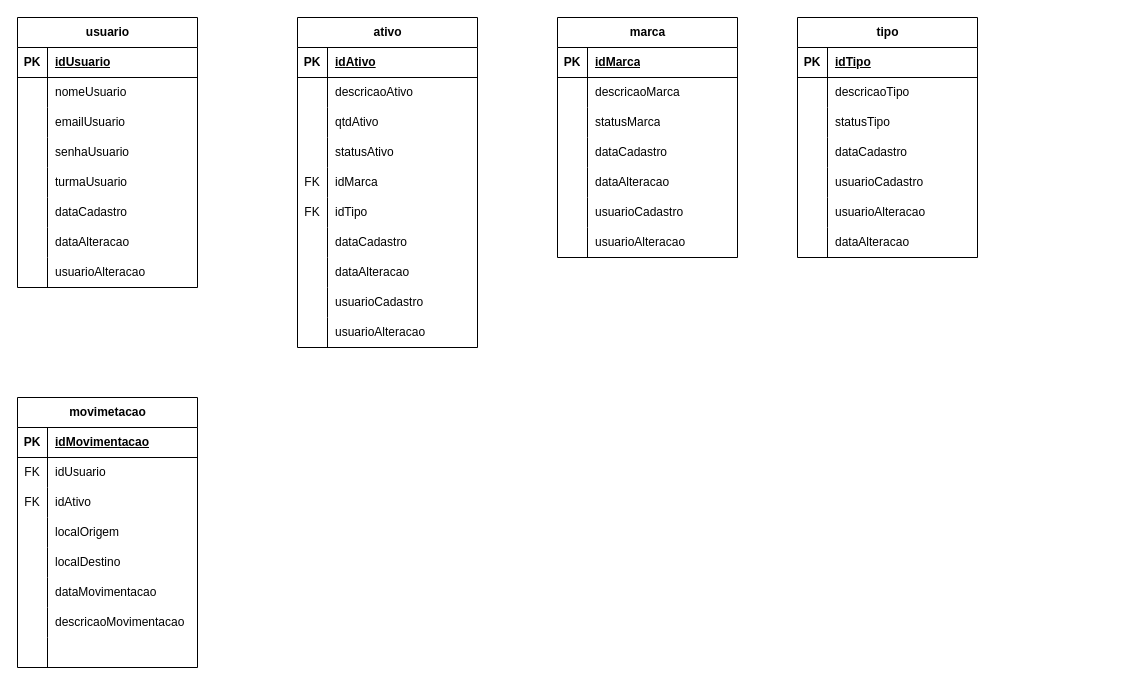
matheus98g/controle-de-ativos-senac keeps this draw.io diagram as diagrams/ER-database.drawio. Above is the earlier version. Source tidied: cells renumbered, new cells numbered last; positions are measured from the earlier drawing's top-left corner, leaving out a move shared by most shapes. Both pictures are drawn from the tidied source at 100%, with x=0, y=0 at pixel (17, 17).
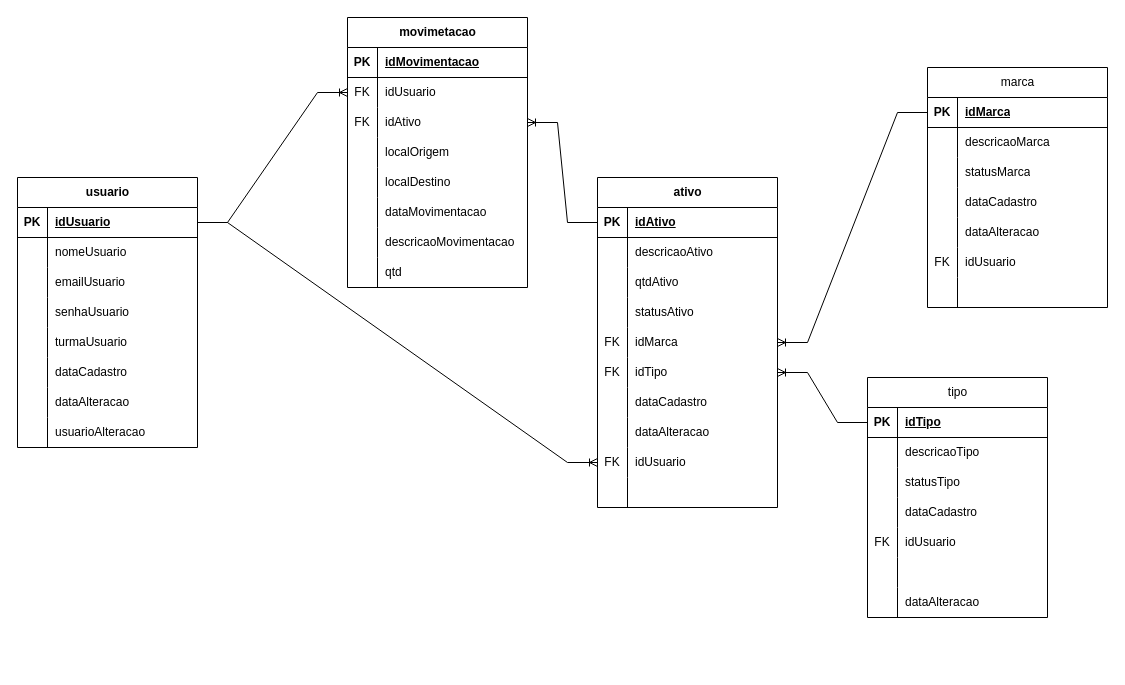
The same page after the edit.

Commit message (it also covers changes not shown here):
index page iniciado com bootstrap

Unchanged cells that the change refers to:
```xml
<mxCell id="3" style="shape=tableRow;horizontal=0;startSize=0;swimlaneHead=0;swimlaneBody=0;fillColor=none;points=[[0,0.5],[1,0.5]];portConstraint=eastwest;top=0;left=0;right=0;bottom=1;" parent="2" vertex="1">
  <mxGeometry y="30" width="180" height="30" as="geometry" />
</mxCell>
<mxCell id="28" style="shape=tableRow;horizontal=0;startSize=0;swimlaneHead=0;swimlaneBody=0;fillColor=none;points=[[0,0.5],[1,0.5]];portConstraint=eastwest;top=0;left=0;right=0;bottom=1;" parent="27" vertex="1">
  <mxGeometry y="30" width="180" height="30" as="geometry" />
</mxCell>
<mxCell id="40" style="shape=tableRow;horizontal=0;startSize=0;swimlaneHead=0;swimlaneBody=0;fillColor=none;points=[[0,0.5],[1,0.5]];portConstraint=eastwest;top=0;left=0;right=0;bottom=0;" parent="27" vertex="1">
  <mxGeometry y="150" width="180" height="30" as="geometry" />
</mxCell>
<mxCell id="43" style="shape=tableRow;horizontal=0;startSize=0;swimlaneHead=0;swimlaneBody=0;fillColor=none;points=[[0,0.5],[1,0.5]];portConstraint=eastwest;top=0;left=0;right=0;bottom=0;" parent="27" vertex="1">
  <mxGeometry y="180" width="180" height="30" as="geometry" />
</mxCell>
<mxCell id="52" style="shape=tableRow;horizontal=0;startSize=0;swimlaneHead=0;swimlaneBody=0;fillColor=none;points=[[0,0.5],[1,0.5]];portConstraint=eastwest;top=0;left=0;right=0;bottom=0;" parent="27" vertex="1">
  <mxGeometry y="270" width="180" height="30" as="geometry" />
</mxCell>
<mxCell id="55" style="shape=tableRow;horizontal=0;startSize=0;swimlaneHead=0;swimlaneBody=0;fillColor=none;top=0;left=0;right=0;bottom=0;" parent="27" vertex="1">
  <mxGeometry y="300" width="180" height="30" as="geometry" />
</mxCell>
<mxCell id="59" style="shape=tableRow;horizontal=0;startSize=0;swimlaneHead=0;swimlaneBody=0;fillColor=none;points=[[0,0.5],[1,0.5]];portConstraint=eastwest;top=0;left=0;right=0;bottom=1;" parent="58" vertex="1">
  <mxGeometry y="30" width="180" height="30" as="geometry" />
</mxCell>
<mxCell id="74" style="shape=tableRow;horizontal=0;startSize=0;swimlaneHead=0;swimlaneBody=0;fillColor=none;top=0;left=0;right=0;bottom=0;" parent="58" vertex="1">
  <mxGeometry y="180" width="180" height="30" as="geometry" />
</mxCell>
<mxCell id="77" style="shape=tableRow;horizontal=0;startSize=0;swimlaneHead=0;swimlaneBody=0;fillColor=none;top=0;left=0;right=0;bottom=0;" parent="58" vertex="1">
  <mxGeometry y="210" width="180" height="30" as="geometry" />
</mxCell>
<mxCell id="81" style="shape=tableRow;horizontal=0;startSize=0;swimlaneHead=0;swimlaneBody=0;fillColor=none;points=[[0,0.5],[1,0.5]];portConstraint=eastwest;top=0;left=0;right=0;bottom=1;" parent="80" vertex="1">
  <mxGeometry y="30" width="180" height="30" as="geometry" />
</mxCell>
<mxCell id="93" style="shape=tableRow;horizontal=0;startSize=0;swimlaneHead=0;swimlaneBody=0;fillColor=none;top=0;left=0;right=0;bottom=0;" parent="80" vertex="1">
  <mxGeometry y="150" width="180" height="30" as="geometry" />
</mxCell>
<mxCell id="96" style="shape=tableRow;horizontal=0;startSize=0;swimlaneHead=0;swimlaneBody=0;fillColor=none;top=0;left=0;right=0;bottom=0;" parent="80" vertex="1">
  <mxGeometry y="180" width="180" height="30" as="geometry" />
</mxCell>
<mxCell id="106" style="shape=tableRow;horizontal=0;startSize=0;swimlaneHead=0;swimlaneBody=0;fillColor=none;points=[[0,0.5],[1,0.5]];portConstraint=eastwest;top=0;left=0;right=0;bottom=0;" parent="102" vertex="1">
  <mxGeometry y="60" width="180" height="30" as="geometry" />
</mxCell>
<mxCell id="109" style="shape=tableRow;horizontal=0;startSize=0;swimlaneHead=0;swimlaneBody=0;fillColor=none;points=[[0,0.5],[1,0.5]];portConstraint=eastwest;top=0;left=0;right=0;bottom=0;" parent="102" vertex="1">
  <mxGeometry y="90" width="180" height="30" as="geometry" />
</mxCell>
<mxCell id="124" style="shape=tableRow;horizontal=0;startSize=0;swimlaneHead=0;swimlaneBody=0;fillColor=none;top=0;left=0;right=0;bottom=0;" parent="102" vertex="1">
  <mxGeometry y="240" width="180" height="30" as="geometry" />
</mxCell>
```

The edit, as a diff of the source:
```diff
@@
     <mxCell id="2" value="usuario" style="shape=table;startSize=30;childLayout=tableLayout;rowLines=0;fontStyle=1;align=center;html=1;" parent="1" vertex="1">
-      <mxGeometry width="180" height="270" as="geometry" />
+      <mxGeometry y="160" width="180" height="270" as="geometry" />
     </mxCell>
@@
     <mxCell id="27" value="ativo" style="shape=table;startSize=30;childLayout=tableLayout;rowLines=0;fontStyle=1;align=center;html=1;" parent="1" vertex="1">
-      <mxGeometry x="280" width="180" height="330" as="geometry" />
+      <mxGeometry x="580" y="160" width="180" height="330" as="geometry" />
     </mxCell>
@@
-    <mxCell id="53" style="shape=partialRectangle;fillColor=none;top=0;left=0;bottom=0;right=0;overflow=hidden;whiteSpace=wrap;html=1;" parent="52" vertex="1">
+    <mxCell id="53" value="FK" style="shape=partialRectangle;fillColor=none;top=0;left=0;bottom=0;right=0;overflow=hidden;whiteSpace=wrap;html=1;" parent="52" vertex="1">
       <mxGeometry width="30" height="30" as="geometry" />
     </mxCell>
-    <mxCell id="54" value="usuarioCadastro" style="shape=partialRectangle;fillColor=none;top=0;left=0;bottom=0;right=0;align=left;spacingLeft=6;overflow=hidden;whiteSpace=wrap;html=1;" parent="52" vertex="1">
+    <mxCell id="54" value="idUsuario" style="shape=partialRectangle;fillColor=none;top=0;left=0;bottom=0;right=0;align=left;spacingLeft=6;overflow=hidden;whiteSpace=wrap;html=1;" parent="52" vertex="1">
       <mxGeometry x="30" width="150" height="30" as="geometry" />
     </mxCell>
@@
-    <mxCell id="57" value="usuarioAlteracao" style="shape=partialRectangle;fillColor=none;top=0;left=0;bottom=0;right=0;align=left;spacingLeft=6;overflow=hidden;whiteSpace=wrap;html=1;" parent="55" vertex="1">
+    <mxCell id="57" style="shape=partialRectangle;fillColor=none;top=0;left=0;bottom=0;right=0;align=left;spacingLeft=6;overflow=hidden;whiteSpace=wrap;html=1;" parent="55" vertex="1">
       <mxGeometry x="30" width="150" height="30" as="geometry" />
     </mxCell>
-    <mxCell id="58" value="marca" style="shape=table;startSize=30;childLayout=tableLayout;rowLines=0;fontStyle=1;align=center;html=1;" parent="1" vertex="1">
-      <mxGeometry x="540" width="180" height="240" as="geometry" />
+    <mxCell id="58" value="marca" style="shape=table;startSize=30;childLayout=tableLayout;rowLines=0;fontStyle=0;align=center;html=1;" parent="1" vertex="1">
+      <mxGeometry x="910" y="50" width="180" height="240" as="geometry" />
     </mxCell>
@@
-    <mxCell id="75" style="shape=partialRectangle;fillColor=none;top=0;left=0;bottom=0;right=0;overflow=hidden;whiteSpace=wrap;html=1;" parent="74" vertex="1">
+    <mxCell id="75" value="FK" style="shape=partialRectangle;fillColor=none;top=0;left=0;bottom=0;right=0;overflow=hidden;whiteSpace=wrap;html=1;" parent="74" vertex="1">
       <mxGeometry width="30" height="30" as="geometry" />
     </mxCell>
-    <mxCell id="76" value="usuarioCadastro" style="shape=partialRectangle;fillColor=none;top=0;left=0;bottom=0;right=0;align=left;spacingLeft=6;overflow=hidden;whiteSpace=wrap;html=1;" parent="74" vertex="1">
+    <mxCell id="76" value="idUsuario" style="shape=partialRectangle;fillColor=none;top=0;left=0;bottom=0;right=0;align=left;spacingLeft=6;overflow=hidden;whiteSpace=wrap;html=1;" parent="74" vertex="1">
       <mxGeometry x="30" width="150" height="30" as="geometry" />
     </mxCell>
@@
-    <mxCell id="79" value="usuarioAlteracao" style="shape=partialRectangle;fillColor=none;top=0;left=0;bottom=0;right=0;align=left;spacingLeft=6;overflow=hidden;whiteSpace=wrap;html=1;" parent="77" vertex="1">
+    <mxCell id="79" style="shape=partialRectangle;fillColor=none;top=0;left=0;bottom=0;right=0;align=left;spacingLeft=6;overflow=hidden;whiteSpace=wrap;html=1;" parent="77" vertex="1">
       <mxGeometry x="30" width="150" height="30" as="geometry" />
     </mxCell>
-    <mxCell id="80" value="tipo" style="shape=table;startSize=30;childLayout=tableLayout;rowLines=0;fontStyle=1;align=center;html=1;" parent="1" vertex="1">
-      <mxGeometry x="780" width="180" height="240" as="geometry" />
+    <mxCell id="80" value="tipo" style="shape=table;startSize=30;childLayout=tableLayout;rowLines=0;fontStyle=0;align=center;html=1;" parent="1" vertex="1">
+      <mxGeometry x="850" y="360" width="180" height="240" as="geometry" />
     </mxCell>
@@
-    <mxCell id="94" style="shape=partialRectangle;fillColor=none;top=0;left=0;bottom=0;right=0;overflow=hidden;whiteSpace=wrap;html=1;" parent="93" vertex="1">
+    <mxCell id="94" value="FK" style="shape=partialRectangle;fillColor=none;top=0;left=0;bottom=0;right=0;overflow=hidden;whiteSpace=wrap;html=1;" parent="93" vertex="1">
       <mxGeometry width="30" height="30" as="geometry" />
     </mxCell>
-    <mxCell id="95" value="usuarioCadastro" style="shape=partialRectangle;fillColor=none;top=0;left=0;bottom=0;right=0;align=left;spacingLeft=6;overflow=hidden;whiteSpace=wrap;html=1;" parent="93" vertex="1">
+    <mxCell id="95" value="idUsuario" style="shape=partialRectangle;fillColor=none;top=0;left=0;bottom=0;right=0;align=left;spacingLeft=6;overflow=hidden;whiteSpace=wrap;html=1;" parent="93" vertex="1">
       <mxGeometry x="30" width="150" height="30" as="geometry" />
     </mxCell>
@@
-    <mxCell id="98" value="usuarioAlteracao" style="shape=partialRectangle;fillColor=none;top=0;left=0;bottom=0;right=0;align=left;spacingLeft=6;overflow=hidden;whiteSpace=wrap;html=1;" parent="96" vertex="1">
+    <mxCell id="98" style="shape=partialRectangle;fillColor=none;top=0;left=0;bottom=0;right=0;align=left;spacingLeft=6;overflow=hidden;whiteSpace=wrap;html=1;" parent="96" vertex="1">
       <mxGeometry x="30" width="150" height="30" as="geometry" />
     </mxCell>
@@
     <mxCell id="102" value="movimetacao" style="shape=table;startSize=30;childLayout=tableLayout;rowLines=0;fontStyle=1;align=center;html=1;" parent="1" vertex="1">
-      <mxGeometry y="380" width="180" height="270" as="geometry" />
+      <mxGeometry x="330" width="180" height="270" as="geometry" />
     </mxCell>
@@
-    <mxCell id="126" style="shape=partialRectangle;fillColor=none;top=0;left=0;bottom=0;right=0;align=left;spacingLeft=6;overflow=hidden;whiteSpace=wrap;html=1;" parent="124" vertex="1">
+    <mxCell id="126" value="qtd" style="shape=partialRectangle;fillColor=none;top=0;left=0;bottom=0;right=0;align=left;spacingLeft=6;overflow=hidden;whiteSpace=wrap;html=1;" parent="124" vertex="1">
       <mxGeometry x="30" width="150" height="30" as="geometry" />
     </mxCell>
+    <mxCell id="127" style="edgeStyle=entityRelationEdgeStyle;fontSize=12;html=1;endArrow=ERoneToMany;rounded=0;exitX=1;exitY=0.5;exitDx=0;exitDy=0;entryX=0;entryY=0.5;entryDx=0;entryDy=0;" parent="1" edge="1" source="3" target="106">
+      <mxGeometry relative="1" as="geometry" />
+    </mxCell>
+    <mxCell id="128" style="edgeStyle=entityRelationEdgeStyle;fontSize=12;html=1;endArrow=ERoneToMany;rounded=0;exitX=0;exitY=0.5;exitDx=0;exitDy=0;entryX=1;entryY=0.5;entryDx=0;entryDy=0;" parent="1" edge="1" source="81" target="43">
+      <mxGeometry relative="1" as="geometry" />
+    </mxCell>
+    <mxCell id="129" style="edgeStyle=entityRelationEdgeStyle;fontSize=12;html=1;endArrow=ERoneToMany;rounded=0;exitX=0;exitY=0.5;exitDx=0;exitDy=0;entryX=1;entryY=0.5;entryDx=0;entryDy=0;" parent="1" edge="1" source="59" target="40">
+      <mxGeometry relative="1" as="geometry" />
+    </mxCell>
+    <mxCell id="130" style="edgeStyle=entityRelationEdgeStyle;fontSize=12;html=1;endArrow=ERoneToMany;rounded=0;exitX=0;exitY=0.5;exitDx=0;exitDy=0;" parent="1" edge="1" source="28" target="109">
+      <mxGeometry relative="1" as="geometry" />
+    </mxCell>
+    <mxCell id="131" style="edgeStyle=entityRelationEdgeStyle;fontSize=12;html=1;endArrow=ERoneToMany;rounded=0;" parent="1" edge="1" source="3" target="52">
+      <mxGeometry relative="1" as="geometry">
+        <Array as="points">
+          <mxPoint x="260" y="440" />
+          <mxPoint x="220" y="490" />
+          <mxPoint x="230" y="340" />
+        </Array>
+      </mxGeometry>
+    </mxCell>
```
